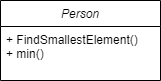
The draw.io diagram Module8/ProgrammingAssignment/ChapterThirtyExercise/SmallestElementStreamUML.png in njlowhorn/Java_Class, before a commit. Source tidied: cells renumbered, new cells last; positions are measured from the earlier drawing's top-left corner, leaving out a move shared by most shapes.
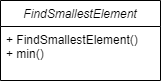
Above is the later version.

Change to the diagram source:
```diff
@@ -1,8 +1,8 @@
-<mxGraphModel>
+<mxGraphModel background="#FFFFFF">
   <root>
     <mxCell id="0" />
     <mxCell id="1" parent="0" />
-    <mxCell id="2" value="Person" style="swimlane;fontStyle=2;align=center;verticalAlign=top;horizontal=1;startSize=26;rounded=0;shadow=0;strokeWidth=1;" parent="1" vertex="1">
+    <mxCell id="2" value="FindSmallestElement" style="swimlane;fontStyle=2;align=center;verticalAlign=top;horizontal=1;startSize=26;rounded=0;shadow=0;strokeWidth=1;" parent="1" vertex="1">
       <mxGeometry width="160" height="80" as="geometry" />
     </mxCell>
     <mxCell id="3" value="+ FindSmallestElement()&#10;+ min()" style="text;align=left;verticalAlign=top;spacingLeft=4;spacingRight=4;overflow=hidden;" parent="2" vertex="1">
```
